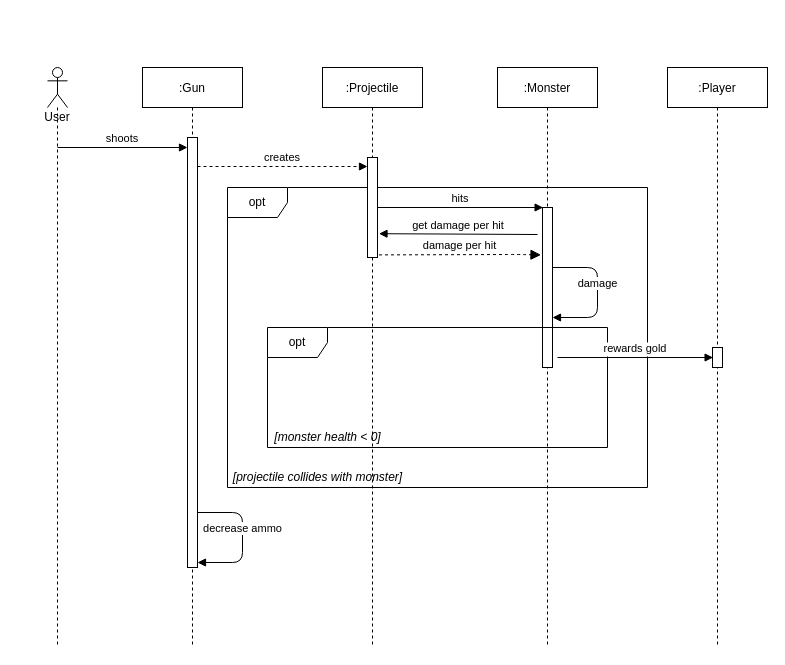
Lisa-Shi/Dungeon_Crawler keeps this draw.io diagram as Diagrams/M3 SequenceDiagram/m3_blake.drawio. Above is the earlier version. Source tidied: cells renumbered, new cells numbered last; positions are measured from the earlier drawing's top-left corner, leaving out a move shared by most shapes. Both pictures are drawn from the tidied source at 100%, with x=0, y=0 at pixel (47, 67).
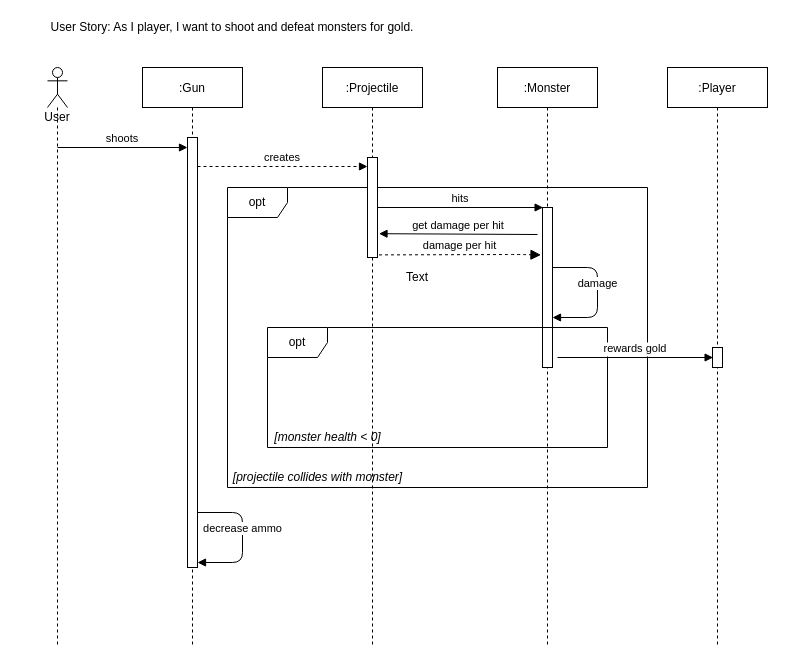
The same diagram, later.

Commit message:
Add Use Case to Blake's SD

What changed in the source:
```diff
@@
+    <mxCell id="23" value="Text" style="text;html=1;strokeColor=none;fillColor=none;align=center;verticalAlign=middle;whiteSpace=wrap;rounded=0;" parent="1" vertex="1">
+      <mxGeometry x="350" y="200" width="40" height="20" as="geometry" />
+    </mxCell>
+    <mxCell id="24" value="User Story: As I player, I want to shoot and defeat monsters for gold." style="text;html=1;strokeColor=none;fillColor=none;align=center;verticalAlign=middle;whiteSpace=wrap;rounded=0;" parent="1" vertex="1">
+      <mxGeometry x="-30" y="-50" width="430" height="20" as="geometry" />
+    </mxCell>
```
